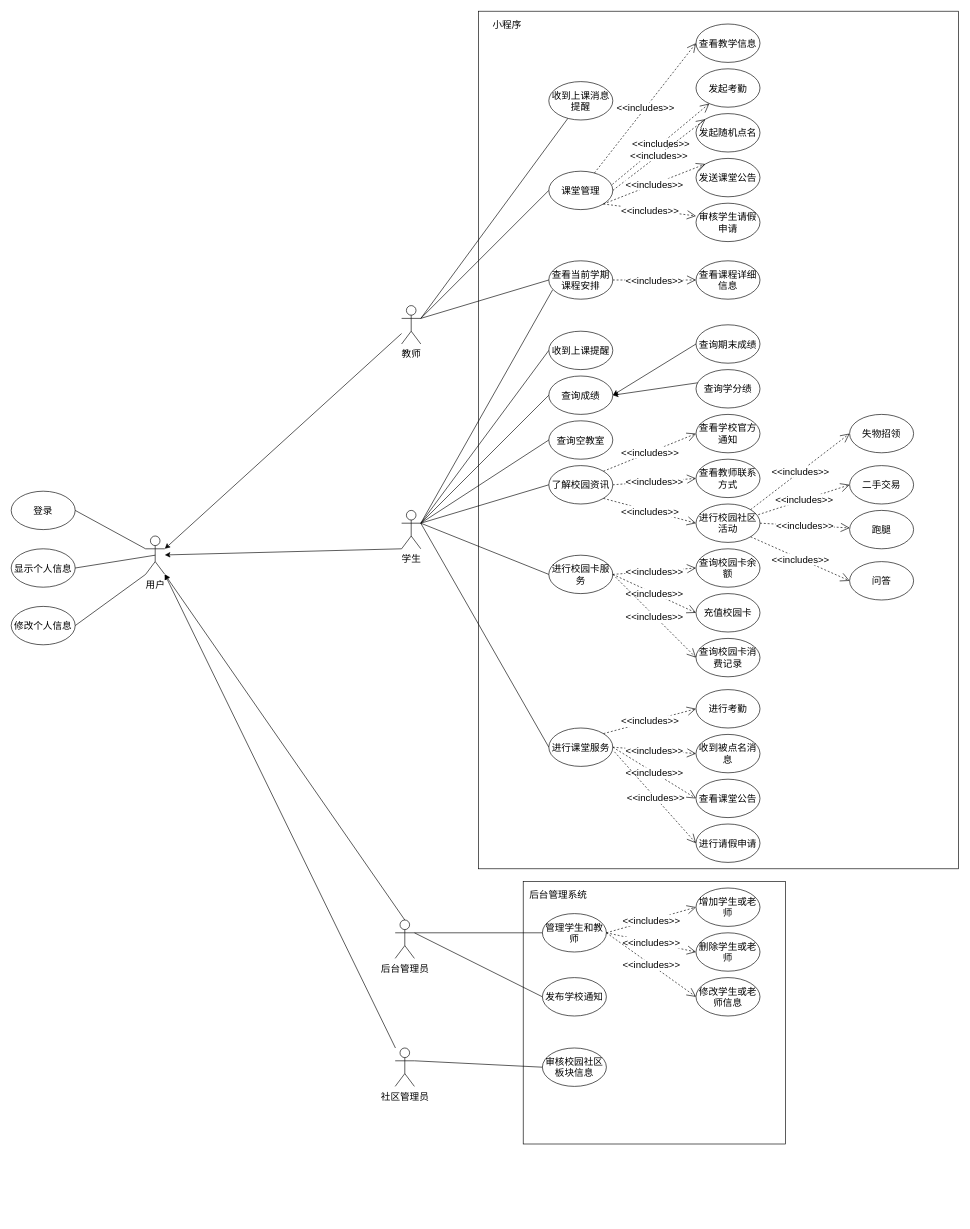
Earlier version of the draw.io diagram 用例图.drawio (Huangzhu-zhu/-). Source tidied: cells renumbered, new cells numbered last; positions are measured from the earlier drawing's top-left corner, leaving out a move shared by most shapes. Both pictures are drawn from the tidied source at 64%, with x=0, y=0 at pixel (11, 11).
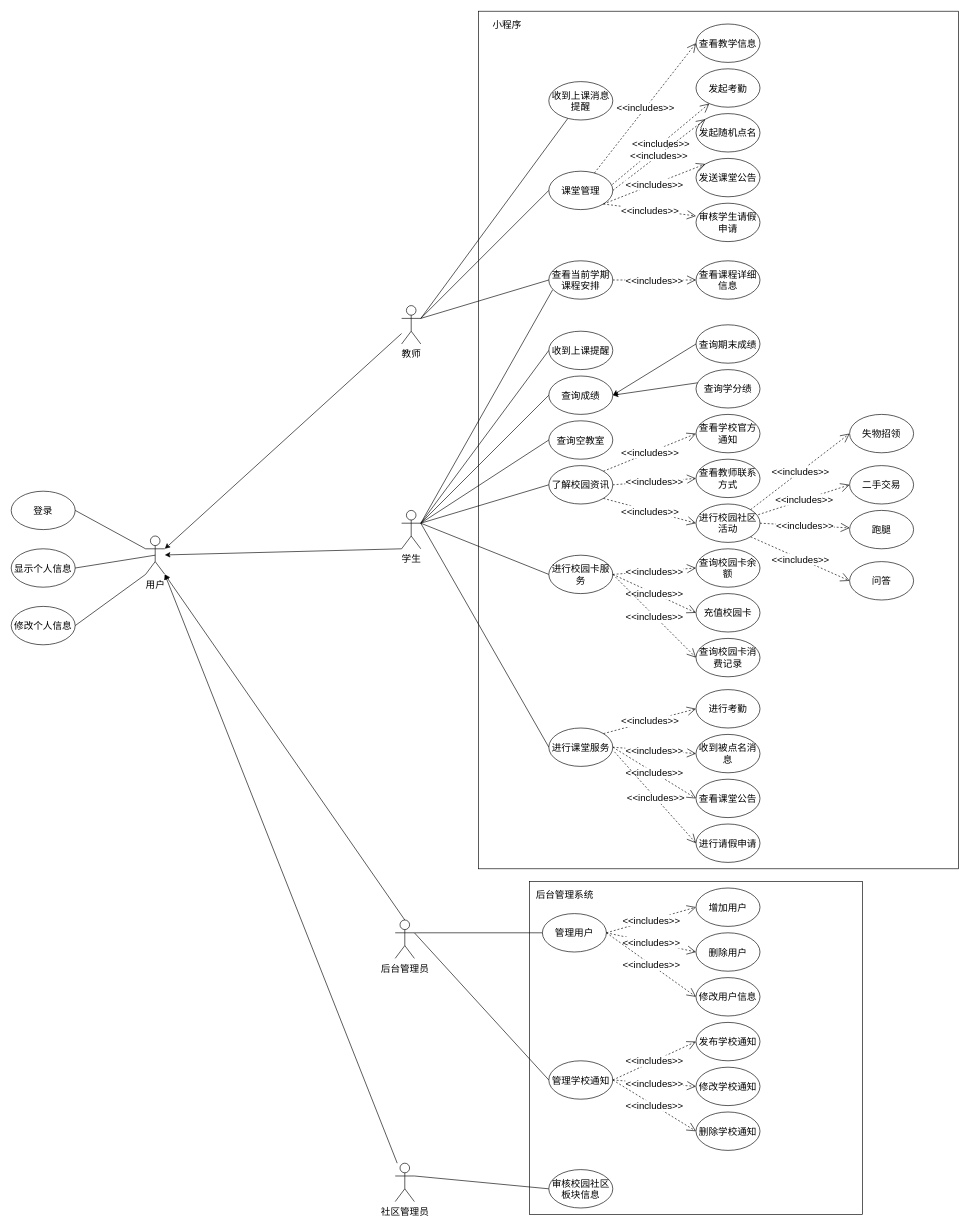
The same diagram, later.

Commit message:
更新用例图.drawio

Change to the diagram source:
```diff
@@
     <mxCell id="10" value="社区管理员" style="shape=umlActor;verticalLabelPosition=bottom;verticalAlign=top;html=1;outlineConnect=0;fontSize=15;" parent="1" vertex="1">
-      <mxGeometry x="600" y="1620" width="30" height="60" as="geometry" />
+      <mxGeometry x="600" y="1800" width="30" height="60" as="geometry" />
     </mxCell>
@@
-    <mxCell id="80" value="管理学生和教师" style="ellipse;whiteSpace=wrap;html=1;fontSize=15;" parent="1" vertex="1">
+    <mxCell id="80" value="管理用户" style="ellipse;whiteSpace=wrap;html=1;fontSize=15;" parent="1" vertex="1">
       <mxGeometry x="830" y="1410" width="100" height="60" as="geometry" />
     </mxCell>
-    <mxCell id="81" value="发布学校通知" style="ellipse;whiteSpace=wrap;html=1;fontSize=15;" parent="1" vertex="1">
-      <mxGeometry x="830" y="1510" width="100" height="60" as="geometry" />
-    </mxCell>
@@
-    <mxCell id="84" value="审核校园社区板块信息" style="ellipse;whiteSpace=wrap;html=1;fontSize=15;" parent="1" vertex="1">
-      <mxGeometry x="830" y="1620" width="100" height="60" as="geometry" />
-    </mxCell>
@@
-    <mxCell id="86" value="增加学生或老师" style="ellipse;whiteSpace=wrap;html=1;fontSize=15;" parent="1" vertex="1">
+    <mxCell id="86" value="增加用户" style="ellipse;whiteSpace=wrap;html=1;fontSize=15;" parent="1" vertex="1">
       <mxGeometry x="1070" y="1370" width="100" height="60" as="geometry" />
     </mxCell>
-    <mxCell id="87" value="删除学生或老师" style="ellipse;whiteSpace=wrap;html=1;fontSize=15;" parent="1" vertex="1">
+    <mxCell id="87" value="删除用户" style="ellipse;whiteSpace=wrap;html=1;fontSize=15;" parent="1" vertex="1">
       <mxGeometry x="1070" y="1440" width="100" height="60" as="geometry" />
     </mxCell>
-    <mxCell id="88" value="修改学生或老师信息" style="ellipse;whiteSpace=wrap;html=1;fontSize=15;" parent="1" vertex="1">
+    <mxCell id="88" value="修改用户信息" style="ellipse;whiteSpace=wrap;html=1;fontSize=15;" parent="1" vertex="1">
       <mxGeometry x="1070" y="1510" width="100" height="60" as="geometry" />
     </mxCell>
@@
-    <mxCell id="92" style="group;fontSize=15;" parent="1" vertex="1">
-      <mxGeometry x="800" y="1360" width="410" height="410" as="geometry" />
-    </mxCell>
-    <mxCell id="93" style="group;" parent="92" vertex="1">
-      <mxGeometry width="410" height="410" as="geometry" />
-    </mxCell>
-    <mxCell id="94" style="group;" parent="93" vertex="1">
-      <mxGeometry width="410" height="410" as="geometry" />
-    </mxCell>
-    <mxCell id="95" style="whiteSpace=wrap;html=1;fillColor=none;fontSize=15;" parent="94" vertex="1">
-      <mxGeometry width="410" height="410" as="geometry" />
-    </mxCell>
-    <mxCell id="96" value="后台管理系统" style="text;html=1;strokeColor=none;fillColor=none;align=center;verticalAlign=middle;whiteSpace=wrap;rounded=0;fontSize=15;" parent="94" vertex="1">
-      <mxGeometry width="110" height="40" as="geometry" />
-    </mxCell>
@@
+    <mxCell id="95" style="whiteSpace=wrap;html=1;fillColor=none;fontSize=15;" parent="1" vertex="1">
+      <mxGeometry x="810" y="1360" width="520" height="520" as="geometry" />
+    </mxCell>
+    <mxCell id="96" value="后台管理系统" style="text;html=1;strokeColor=none;fillColor=none;align=center;verticalAlign=middle;whiteSpace=wrap;rounded=0;fontSize=15;" parent="1" vertex="1">
+      <mxGeometry x="810" y="1360" width="110" height="40" as="geometry" />
+    </mxCell>
+    <mxCell id="84" value="审核校园社区板块信息" style="ellipse;whiteSpace=wrap;html=1;fontSize=15;" parent="1" vertex="1">
+      <mxGeometry x="840" y="1810" width="100" height="60" as="geometry" />
+    </mxCell>
+    <mxCell id="81" value="管理学校通知" style="ellipse;whiteSpace=wrap;html=1;fontSize=15;" parent="1" vertex="1">
+      <mxGeometry x="840" y="1640" width="100" height="60" as="geometry" />
+    </mxCell>
+    <mxCell id="103" value="发布学校通知" style="ellipse;whiteSpace=wrap;html=1;fontSize=15;" parent="1" vertex="1">
+      <mxGeometry x="1070" y="1580" width="100" height="60" as="geometry" />
+    </mxCell>
+    <mxCell id="104" value="修改学校通知" style="ellipse;whiteSpace=wrap;html=1;fontSize=15;" parent="1" vertex="1">
+      <mxGeometry x="1070" y="1650" width="100" height="60" as="geometry" />
+    </mxCell>
+    <mxCell id="105" value="删除学校通知" style="ellipse;whiteSpace=wrap;html=1;fontSize=15;" parent="1" vertex="1">
+      <mxGeometry x="1070" y="1720" width="100" height="60" as="geometry" />
+    </mxCell>
+    <mxCell id="106" value="&amp;lt;&amp;lt;includes&amp;gt;&amp;gt;" style="endArrow=open;endSize=12;dashed=1;html=1;rounded=0;exitX=1;exitY=0.5;exitDx=0;exitDy=0;entryX=0;entryY=0.5;entryDx=0;entryDy=0;fontSize=15;" parent="1" edge="1" source="81" target="103">
+      <mxGeometry relative="1" as="geometry" />
+    </mxCell>
+    <mxCell id="107" value="&amp;lt;&amp;lt;includes&amp;gt;&amp;gt;" style="endArrow=open;endSize=12;dashed=1;html=1;rounded=0;exitX=1;exitY=0.5;exitDx=0;exitDy=0;entryX=0;entryY=0.5;entryDx=0;entryDy=0;fontSize=15;" parent="1" edge="1" source="81" target="104">
+      <mxGeometry relative="1" as="geometry" />
+    </mxCell>
+    <mxCell id="108" value="&amp;lt;&amp;lt;includes&amp;gt;&amp;gt;" style="endArrow=open;endSize=12;dashed=1;html=1;rounded=0;exitX=1;exitY=0.5;exitDx=0;exitDy=0;entryX=0;entryY=0.5;entryDx=0;entryDy=0;fontSize=15;" parent="1" edge="1" source="81" target="105">
+      <mxGeometry relative="1" as="geometry" />
+    </mxCell>
```
